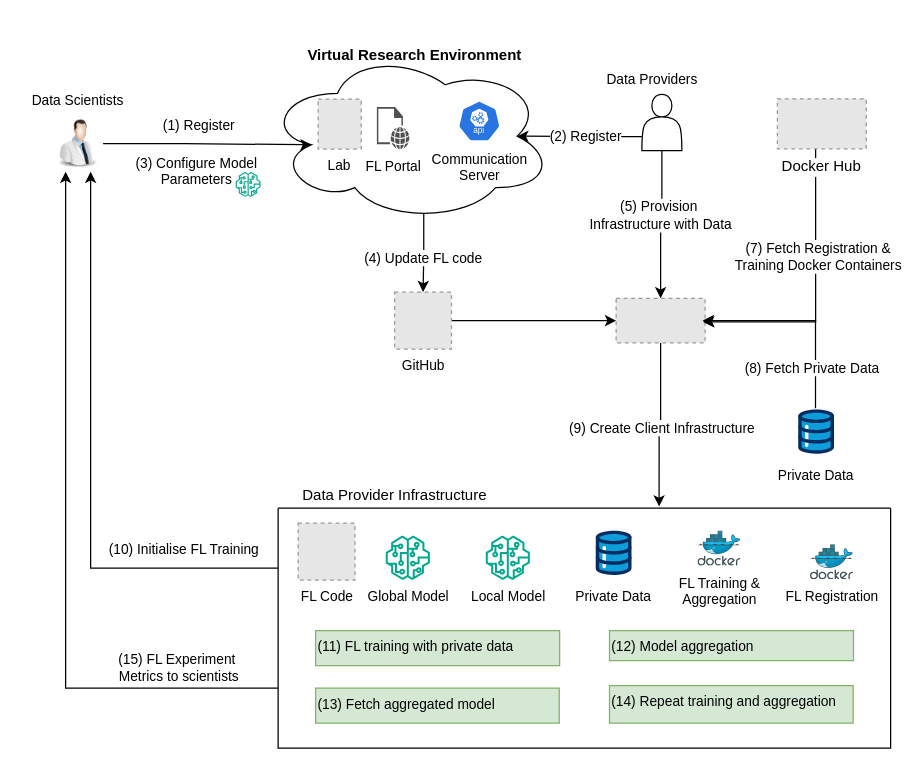
anandanlk/Drawings keeps this draw.io diagram as Thesis/Workflow.drawio. Above is the earlier version. Source tidied: cells renumbered, new cells numbered last; positions are measured from the earlier drawing's top-left corner, leaving out a move shared by most shapes. Both pictures are drawn from the tidied source at 125%, with x=0, y=0 at pixel (21, 21). Pictures stored in the file or linked from it are replaced by grey dashed boxes.
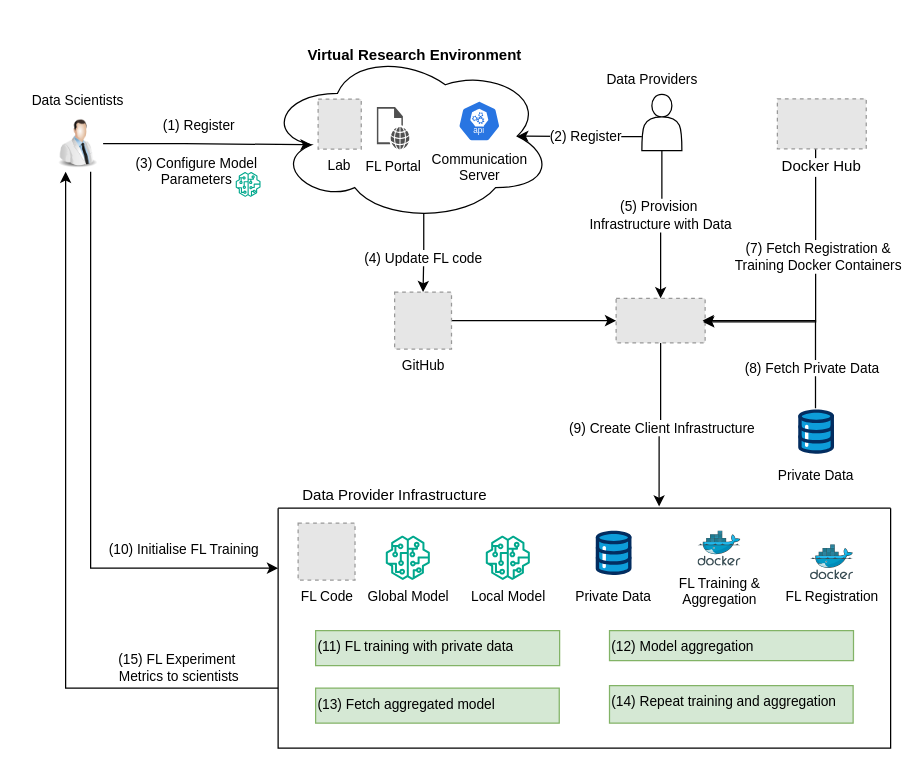
The same page after the edit.

Unchanged cells that the change refers to:
```xml
<mxCell id="2" style="image;html=1;image=img/lib/clip_art/people/Scientist_Man_128x128.png;" parent="1" vertex="1">
  <mxGeometry x="25" y="74.9" width="40" height="45" as="geometry" />
</mxCell>
<mxCell id="31" style="swimlane;startSize=0;" parent="1" vertex="1">
  <mxGeometry x="205" y="389" width="490" height="192" as="geometry" />
</mxCell>
```

Change to the diagram source:
```diff
@@
-    <mxCell id="30" style="edgeStyle=orthogonalEdgeStyle;rounded=0;jettySize=auto;html=1;exitX=0;exitY=0.25;exitDx=0;exitDy=0;entryX=0.75;entryY=1;entryDx=0;entryDy=0;" parent="1" edge="1" source="31" target="2">
+    <mxCell id="30" style="edgeStyle=orthogonalEdgeStyle;rounded=0;jettySize=auto;html=1;exitX=0;exitY=0.25;exitDx=0;exitDy=0;entryX=0.75;entryY=1;entryDx=0;entryDy=0;startArrow=classic;startFill=1;endArrow=none;endFill=0;" parent="1" edge="1" source="31" target="2">
       <mxGeometry relative="1" as="geometry" />
     </mxCell>
```
